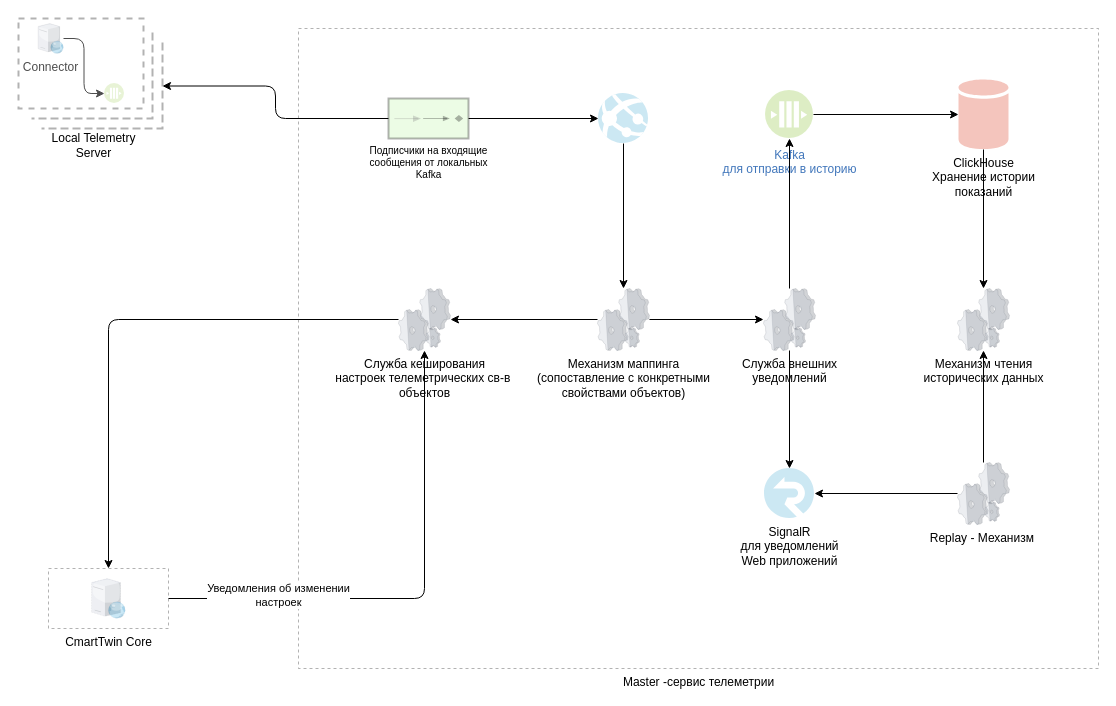
Earlier version of the draw.io diagram page "TelemetryMaster" (6 of 9) of ST.Telemetry.drawio (aaf1974/ProjectDiagram). Source tidied: cells renumbered, new cells numbered last; positions are measured from the earlier drawing's top-left corner, leaving out a move shared by most shapes. Both pictures are drawn from the tidied source at 100%, with x=0, y=0 at pixel (18, 18).
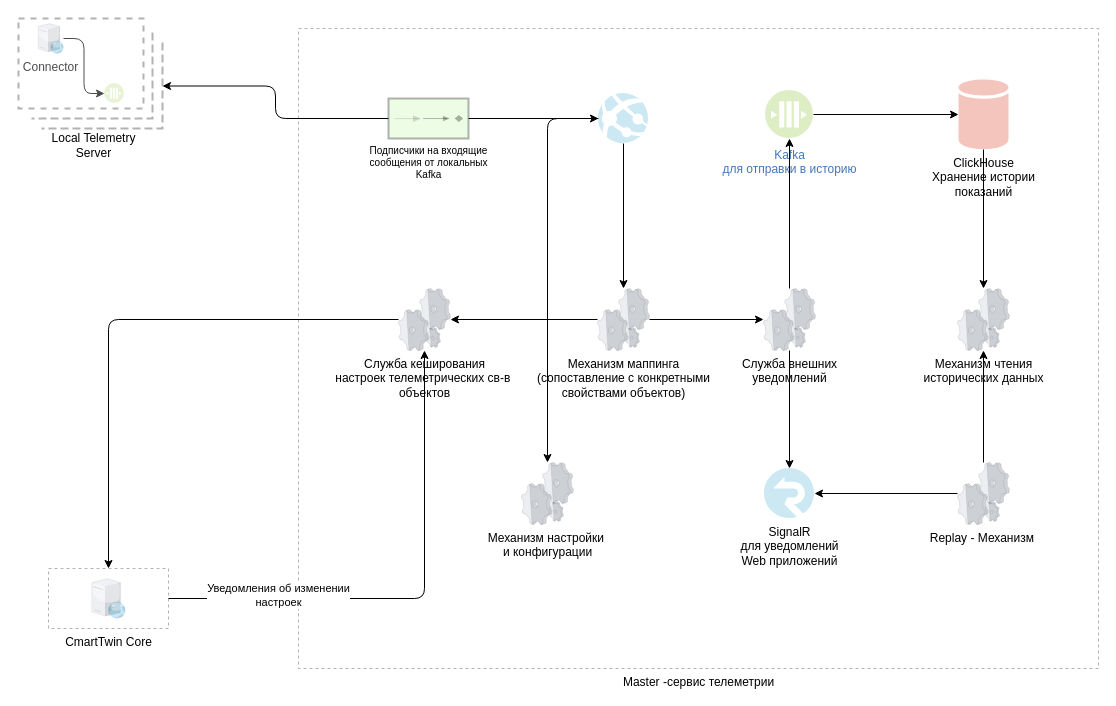
Above is the later version.

Unchanged cells that the change refers to:
```xml
<mxCell id="4" style="html=1;points=[];align=center;image;fontSize=12;image=img/lib/mscae/App_Services.svg;strokeWidth=5;gradientColor=none;opacity=30;rounded=0;dashed=1;sketch=0;" parent="1" vertex="1">
  <mxGeometry x="580" y="75" width="50" height="50" as="geometry" />
</mxCell>
```

What changed in the source:
```diff
@@
+    <mxCell id="39" style="edgeStyle=orthogonalEdgeStyle;curved=0;rounded=1;sketch=0;jettySize=auto;html=1;strokeWidth=1;" parent="1" edge="1" source="4" target="40">
+      <mxGeometry relative="1" as="geometry" />
+    </mxCell>
@@
+    <mxCell id="40" value="Механизм настройки&amp;nbsp;&lt;br&gt;и конфигурации" style="verticalLabelPosition=bottom;html=1;verticalAlign=top;strokeColor=none;align=center;outlineConnect=0;shape=mxgraph.citrix.process;opacity=30;" parent="1" vertex="1">
+      <mxGeometry x="503" y="444" width="52" height="62" as="geometry" />
+    </mxCell>
```
